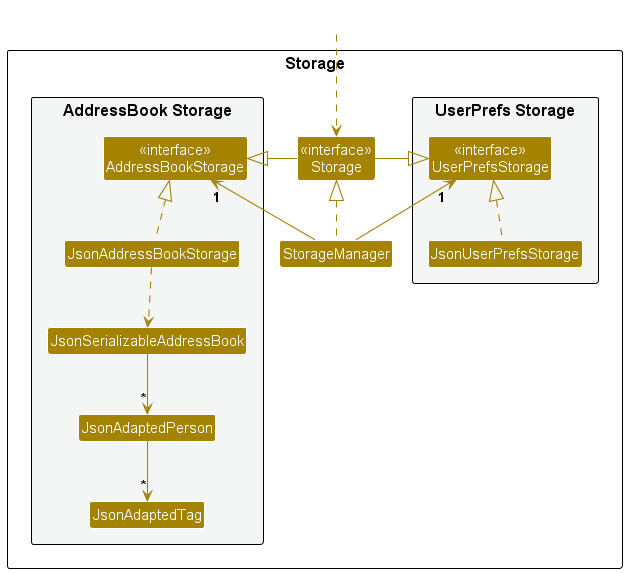
Earlier version of the PlantUML export docs/images/StorageClassDiagram.png (nus-cs2103-AY2324S2/tp).
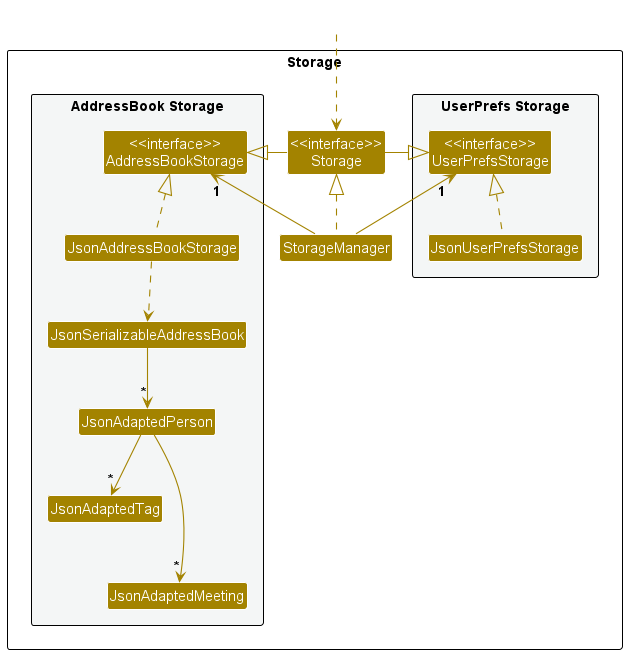
After the commit.

Commit message:
Add JsonAdaptedMeeting to diagram

What changed in the source:
```diff
@@ -20,6 +20,7 @@
 Class JsonSerializableAddressBook
 Class JsonAdaptedPerson
 Class JsonAdaptedTag
+Class JsonAdaptedMeeting
 }
 
 }
@@ -39,5 +40,6 @@
 JsonAddressBookStorage ..> JsonSerializableAddressBook
 JsonSerializableAddressBook --> "*" JsonAdaptedPerson
 JsonAdaptedPerson --> "*" JsonAdaptedTag
+JsonAdaptedPerson ---> "*" JsonAdaptedMeeting
 
 @enduml
```
